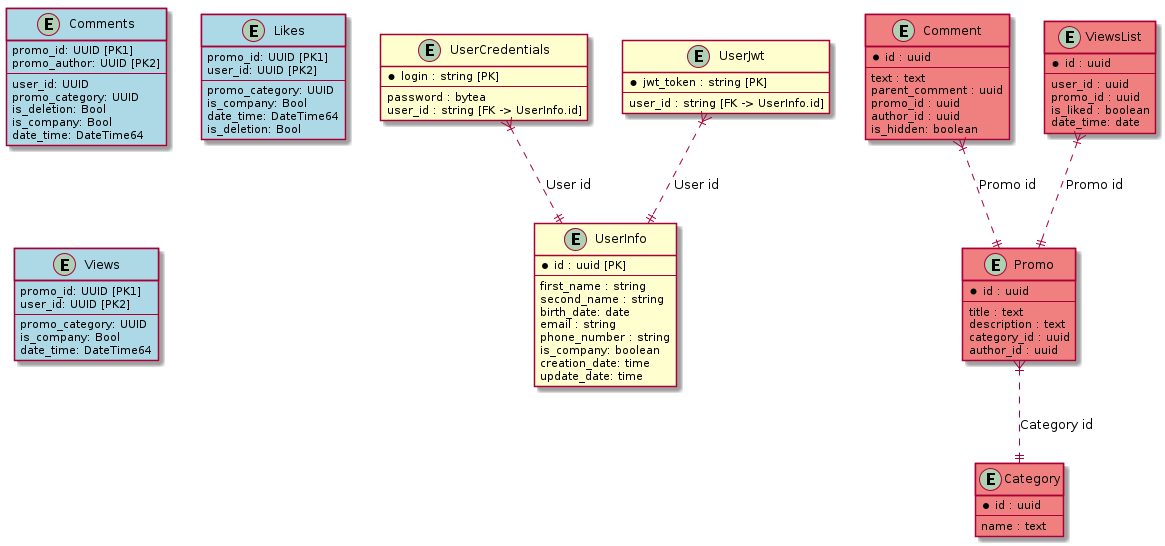
The PlantUML diagram doc/scheme.png in danilabokhanov/loyatly-program-platform, before a commit.
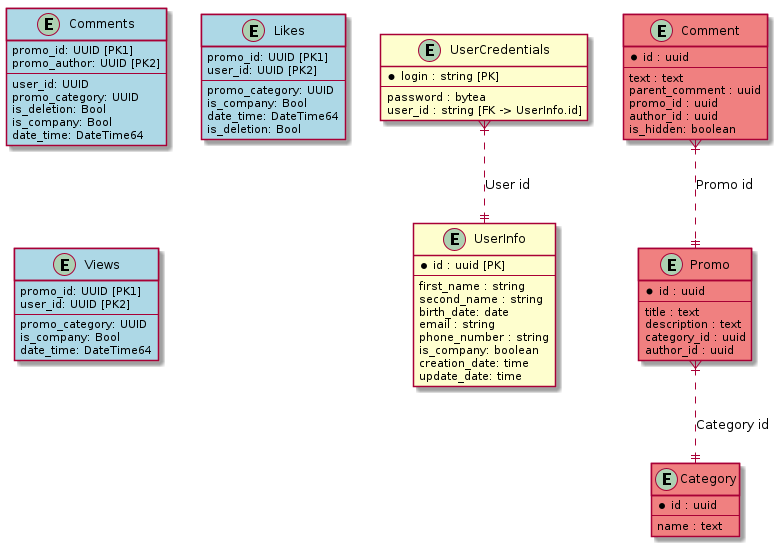
Above is the later version.

Commit message:
remove jwt from scheme

The edit, as a diff of the source:
```diff
@@ -20,14 +20,7 @@
     user_id : string [FK -> UserInfo.id]
 }
 
-entity "UserJwt" {
-    * jwt_token : string [PK]
-    --
-    user_id : string [FK -> UserInfo.id]
-}
-
 UserCredentials }|..|| UserInfo : "User id"
-UserJwt }|..|| UserInfo : "User id"
 
 entity Promo #lightcoral {
     *id : uuid
@@ -54,18 +47,8 @@
     is_hidden: boolean
 }
 
-entity ViewsList #lightcoral {
-    *id : uuid
-    --
-    user_id : uuid
-    promo_id : uuid
-    is_liked : boolean
-    date_time: date
-}
-
 Promo }|..|| Category : "Category id"
 Comment }|..|| Promo : "Promo id"
-ViewsList }|..|| Promo : "Promo id"
 
 entity Comments #lightblue {
     promo_id: UUID [PK1]
```
